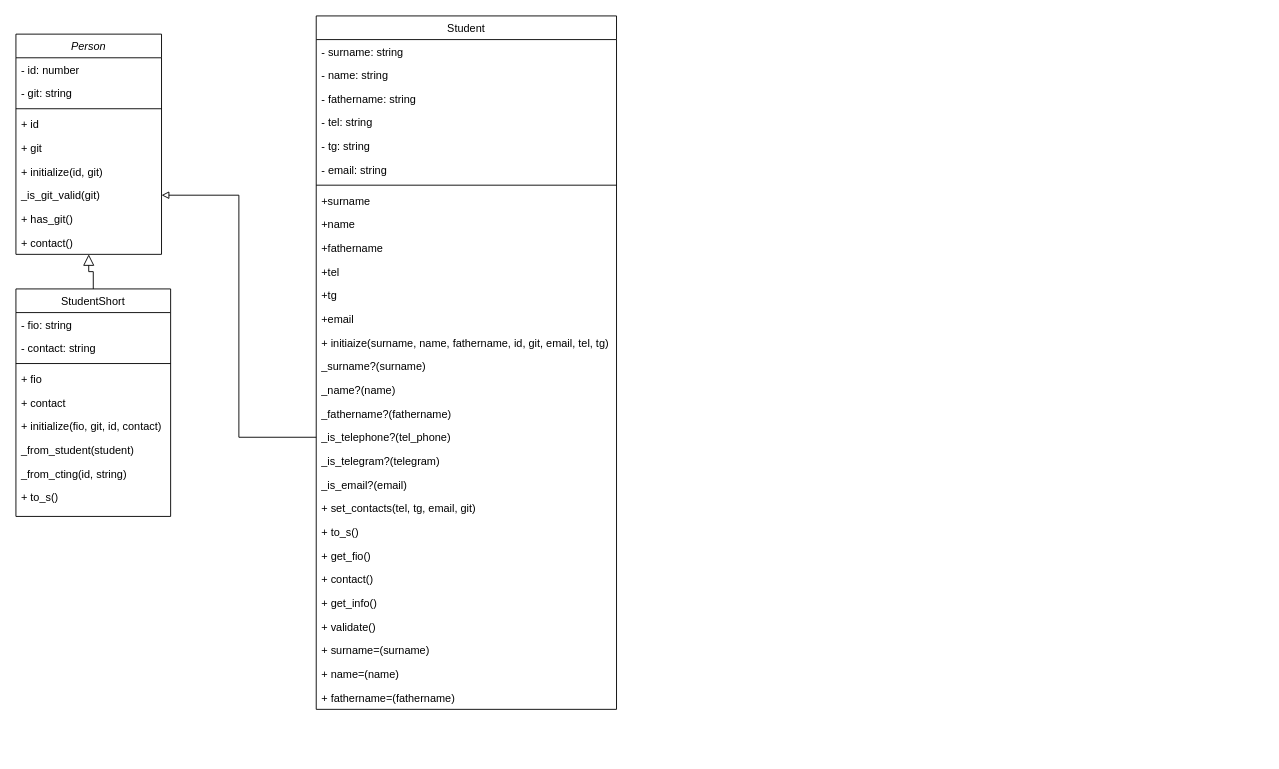
Above: Lab_Students/Class Diagram.drawio in lububuska/design_patterns (draw.io), before the change. Source tidied: cells renumbered, new cells numbered last; positions are measured from the earlier drawing's top-left corner, leaving out a move shared by most shapes. Both pictures are drawn from the tidied source at 91%, with x=0, y=0 at pixel (15, 15).
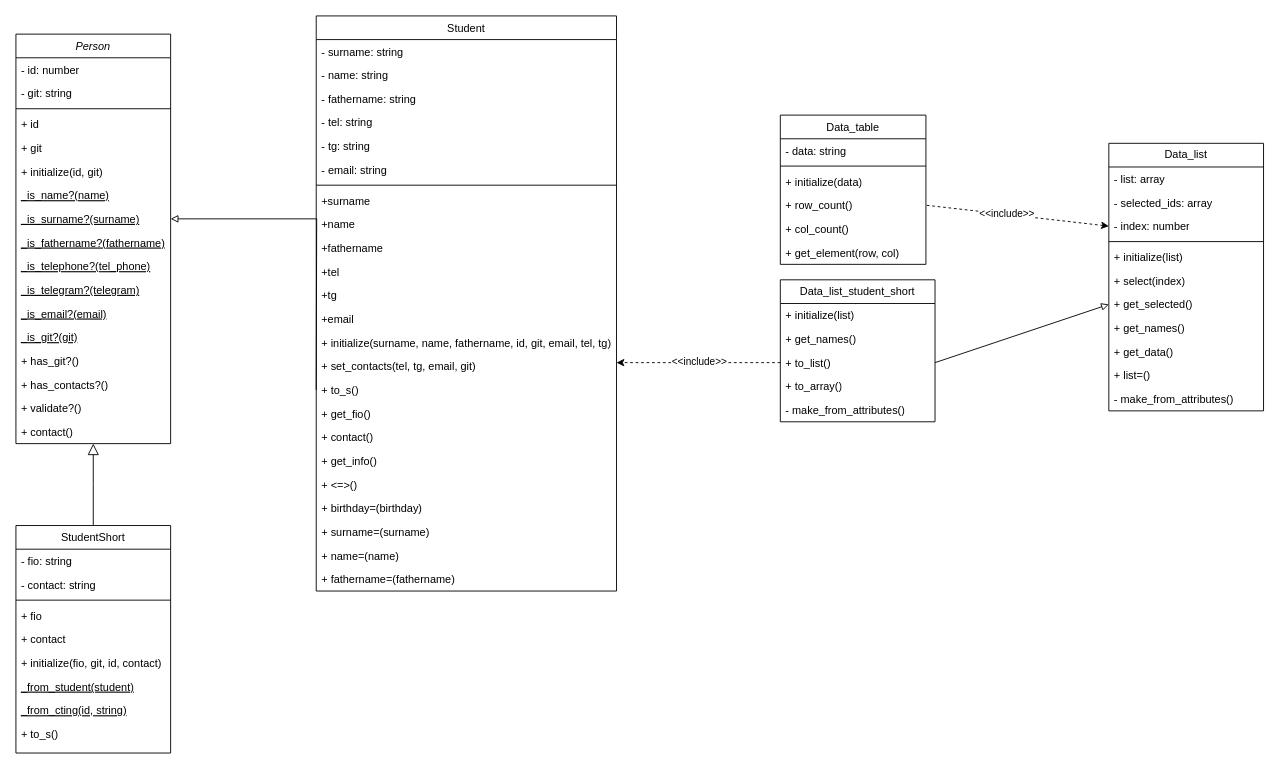
After the change.

Commit message (it also covers changes not shown here):
lab 4 task 4.1.10 modify class diagram

Change to the diagram source:
```diff
@@
     <mxCell id="2" value="Person" style="swimlane;fontStyle=2;align=center;verticalAlign=top;horizontal=1;startSize=26;rounded=0;shadow=0;strokeWidth=1;" parent="1" vertex="1">
-      <mxGeometry y="20" width="160" height="242" as="geometry" />
+      <mxGeometry y="20" width="170" height="450" as="geometry" />
     </mxCell>
     <mxCell id="3" value="- id: number&#10;" style="text;align=left;verticalAlign=top;spacingLeft=4;spacingRight=4;overflow=hidden;" parent="2" vertex="1">
-      <mxGeometry y="26" width="160" height="26" as="geometry" />
+      <mxGeometry y="26" width="170" height="26" as="geometry" />
     </mxCell>
     <mxCell id="4" value="- git: string" style="text;align=left;verticalAlign=top;spacingLeft=4;spacingRight=4;overflow=hidden;rounded=0;shadow=0;html=0;" parent="2" vertex="1">
-      <mxGeometry y="52" width="160" height="26" as="geometry" />
+      <mxGeometry y="52" width="170" height="26" as="geometry" />
     </mxCell>
     <mxCell id="5" style="line;html=1;strokeWidth=1;align=left;verticalAlign=middle;spacingTop=-1;spacingLeft=3;spacingRight=3;labelPosition=right;" parent="2" vertex="1">
-      <mxGeometry y="78" width="160" height="8" as="geometry" />
+      <mxGeometry y="78" width="170" height="8" as="geometry" />
     </mxCell>
     <mxCell id="6" value="+ id" style="text;align=left;verticalAlign=top;spacingLeft=4;spacingRight=4;overflow=hidden;" parent="2" vertex="1">
-      <mxGeometry y="86" width="160" height="26" as="geometry" />
+      <mxGeometry y="86" width="170" height="26" as="geometry" />
     </mxCell>
     <mxCell id="7" value="+ git" style="text;align=left;verticalAlign=top;spacingLeft=4;spacingRight=4;overflow=hidden;" parent="2" vertex="1">
-      <mxGeometry y="112" width="160" height="26" as="geometry" />
+      <mxGeometry y="112" width="170" height="26" as="geometry" />
     </mxCell>
     <mxCell id="8" value="+ initialize(id, git)" style="text;align=left;verticalAlign=top;spacingLeft=4;spacingRight=4;overflow=hidden;" parent="2" vertex="1">
-      <mxGeometry y="138" width="160" height="26" as="geometry" />
+      <mxGeometry y="138" width="170" height="26" as="geometry" />
     </mxCell>
+    <mxCell id="54" value="_is_name?(name)" style="text;align=left;verticalAlign=top;spacingLeft=4;spacingRight=4;overflow=hidden;fontStyle=4;" parent="2" vertex="1">
+      <mxGeometry y="164" width="170" height="26" as="geometry" />
+    </mxCell>
-    <mxCell id="9" value="_is_git_valid(git)" style="text;align=left;verticalAlign=top;spacingLeft=4;spacingRight=4;overflow=hidden;points=[[0,0.5],[1,0.5]];portConstraint=eastwest;" parent="2" vertex="1">
-      <mxGeometry y="164" width="160" height="26" as="geometry" />
+    <mxCell id="9" value="_is_surname?(surname)" style="text;align=left;verticalAlign=top;spacingLeft=4;spacingRight=4;overflow=hidden;points=[[0,0.5],[1,0.5]];portConstraint=eastwest;fontStyle=4;" parent="2" vertex="1">
+      <mxGeometry y="190" width="170" height="26" as="geometry" />
     </mxCell>
+    <mxCell id="55" value="_is_fathername?(fathername)" style="text;align=left;verticalAlign=top;spacingLeft=4;spacingRight=4;overflow=hidden;fontStyle=4;" parent="2" vertex="1">
+      <mxGeometry y="216" width="170" height="26" as="geometry" />
+    </mxCell>
+    <mxCell id="41" value="_is_telephone?(tel_phone)" style="text;align=left;verticalAlign=top;spacingLeft=4;spacingRight=4;overflow=hidden;points=[[0,0.5],[1,0.5]];portConstraint=eastwest;fontStyle=4;" parent="2" vertex="1">
+      <mxGeometry y="242" width="170" height="26" as="geometry" />
+    </mxCell>
+    <mxCell id="42" value="_is_telegram?(telegram)" style="text;align=left;verticalAlign=top;spacingLeft=4;spacingRight=4;overflow=hidden;fontStyle=4;" parent="2" vertex="1">
+      <mxGeometry y="268" width="170" height="26" as="geometry" />
+    </mxCell>
+    <mxCell id="43" value="_is_email?(email)" style="text;align=left;verticalAlign=top;spacingLeft=4;spacingRight=4;overflow=hidden;fontStyle=4;" parent="2" vertex="1">
+      <mxGeometry y="294" width="170" height="26" as="geometry" />
+    </mxCell>
+    <mxCell id="56" value="_is_git?(git)" style="text;align=left;verticalAlign=top;spacingLeft=4;spacingRight=4;overflow=hidden;fontStyle=4;" parent="2" vertex="1">
+      <mxGeometry y="320" width="170" height="26" as="geometry" />
+    </mxCell>
-    <mxCell id="10" value="+ has_git()" style="text;align=left;verticalAlign=top;spacingLeft=4;spacingRight=4;overflow=hidden;" parent="2" vertex="1">
-      <mxGeometry y="190" width="160" height="26" as="geometry" />
+    <mxCell id="10" value="+ has_git?()" style="text;align=left;verticalAlign=top;spacingLeft=4;spacingRight=4;overflow=hidden;" parent="2" vertex="1">
+      <mxGeometry y="346" width="170" height="26" as="geometry" />
     </mxCell>
+    <mxCell id="57" value="+ has_contacts?()" style="text;align=left;verticalAlign=top;spacingLeft=4;spacingRight=4;overflow=hidden;" parent="2" vertex="1">
+      <mxGeometry y="372" width="170" height="26" as="geometry" />
+    </mxCell>
+    <mxCell id="58" value="+ validate?()" style="text;align=left;verticalAlign=top;spacingLeft=4;spacingRight=4;overflow=hidden;" parent="2" vertex="1">
+      <mxGeometry y="398" width="170" height="26" as="geometry" />
+    </mxCell>
     <mxCell id="11" value="+ contact()" style="text;align=left;verticalAlign=top;spacingLeft=4;spacingRight=4;overflow=hidden;" parent="2" vertex="1">
-      <mxGeometry y="216" width="160" height="26" as="geometry" />
+      <mxGeometry y="424" width="170" height="26" as="geometry" />
     </mxCell>
     <mxCell id="12" value="StudentShort" style="swimlane;fontStyle=0;align=center;verticalAlign=top;horizontal=1;startSize=26;rounded=0;shadow=0;strokeWidth=1;" parent="1" vertex="1">
-      <mxGeometry y="300" width="170" height="250" as="geometry" />
+      <mxGeometry y="560" width="170" height="250" as="geometry" />
     </mxCell>
@@
-    <mxCell id="19" value="_from_student(student)" style="text;align=left;verticalAlign=top;spacingLeft=4;spacingRight=4;overflow=hidden;" parent="12" vertex="1">
+    <mxCell id="19" value="_from_student(student)" style="text;align=left;verticalAlign=top;spacingLeft=4;spacingRight=4;overflow=hidden;fontStyle=4;" parent="12" vertex="1">
       <mxGeometry y="164" width="170" height="26" as="geometry" />
     </mxCell>
-    <mxCell id="20" value="_from_cting(id, string)" style="text;align=left;verticalAlign=top;spacingLeft=4;spacingRight=4;overflow=hidden;" parent="12" vertex="1">
+    <mxCell id="20" value="_from_cting(id, string)" style="text;align=left;verticalAlign=top;spacingLeft=4;spacingRight=4;overflow=hidden;fontStyle=4;" parent="12" vertex="1">
       <mxGeometry y="190" width="170" height="26" as="geometry" />
     </mxCell>
@@
     <mxCell id="23" value="Student" style="swimlane;fontStyle=0;align=center;verticalAlign=top;horizontal=1;startSize=26;rounded=0;shadow=0;strokeWidth=1;" parent="1" vertex="1">
-      <mxGeometry x="330" width="330" height="762" as="geometry" />
+      <mxGeometry x="330" width="330" height="632" as="geometry" />
     </mxCell>
@@
-    <mxCell id="37" value="+ initiaize(surname, name, fathername, id, git, email, tel, tg)" style="text;align=left;verticalAlign=top;spacingLeft=4;spacingRight=4;overflow=hidden;" parent="23" vertex="1">
+    <mxCell id="37" value="+ initialize(surname, name, fathername, id, git, email, tel, tg)" style="text;align=left;verticalAlign=top;spacingLeft=4;spacingRight=4;overflow=hidden;" parent="23" vertex="1">
       <mxGeometry y="346" width="330" height="26" as="geometry" />
     </mxCell>
-    <mxCell id="38" value="_surname?(surname)" style="text;align=left;verticalAlign=top;spacingLeft=4;spacingRight=4;overflow=hidden;" parent="23" vertex="1">
-      <mxGeometry y="372" width="330" height="26" as="geometry" />
-    </mxCell>
-    <mxCell id="39" value="_name?(name)" style="text;align=left;verticalAlign=top;spacingLeft=4;spacingRight=4;overflow=hidden;" parent="23" vertex="1">
-      <mxGeometry y="398" width="330" height="26" as="geometry" />
-    </mxCell>
-    <mxCell id="40" value="_fathername?(fathername)" style="text;align=left;verticalAlign=top;spacingLeft=4;spacingRight=4;overflow=hidden;" parent="23" vertex="1">
-      <mxGeometry y="424" width="330" height="26" as="geometry" />
-    </mxCell>
-    <mxCell id="41" value="_is_telephone?(tel_phone)" style="text;align=left;verticalAlign=top;spacingLeft=4;spacingRight=4;overflow=hidden;points=[[0,0.5],[1,0.5]];portConstraint=eastwest;" parent="23" vertex="1">
-      <mxGeometry y="450" width="330" height="26" as="geometry" />
-    </mxCell>
-    <mxCell id="42" value="_is_telegram?(telegram)" style="text;align=left;verticalAlign=top;spacingLeft=4;spacingRight=4;overflow=hidden;" parent="23" vertex="1">
-      <mxGeometry y="476" width="330" height="26" as="geometry" />
-    </mxCell>
-    <mxCell id="43" value="_is_email?(email)" style="text;align=left;verticalAlign=top;spacingLeft=4;spacingRight=4;overflow=hidden;" parent="23" vertex="1">
-      <mxGeometry y="502" width="330" height="26" as="geometry" />
-    </mxCell>
     <mxCell id="44" value="+ set_contacts(tel, tg, email, git)" style="text;align=left;verticalAlign=top;spacingLeft=4;spacingRight=4;overflow=hidden;" parent="23" vertex="1">
-      <mxGeometry y="528" width="330" height="26" as="geometry" />
+      <mxGeometry y="372" width="330" height="26" as="geometry" />
     </mxCell>
     <mxCell id="45" value="+ to_s()" style="text;align=left;verticalAlign=top;spacingLeft=4;spacingRight=4;overflow=hidden;" parent="23" vertex="1">
-      <mxGeometry y="554" width="330" height="26" as="geometry" />
+      <mxGeometry y="398" width="330" height="26" as="geometry" />
     </mxCell>
     <mxCell id="46" value="+ get_fio()" style="text;align=left;verticalAlign=top;spacingLeft=4;spacingRight=4;overflow=hidden;" parent="23" vertex="1">
-      <mxGeometry y="580" width="330" height="26" as="geometry" />
+      <mxGeometry y="424" width="330" height="26" as="geometry" />
     </mxCell>
     <mxCell id="47" value="+ contact()" style="text;align=left;verticalAlign=top;spacingLeft=4;spacingRight=4;overflow=hidden;" parent="23" vertex="1">
-      <mxGeometry y="606" width="330" height="26" as="geometry" />
+      <mxGeometry y="450" width="330" height="26" as="geometry" />
     </mxCell>
     <mxCell id="48" value="+ get_info()" style="text;align=left;verticalAlign=top;spacingLeft=4;spacingRight=4;overflow=hidden;" parent="23" vertex="1">
-      <mxGeometry y="632" width="330" height="26" as="geometry" />
+      <mxGeometry y="476" width="330" height="26" as="geometry" />
     </mxCell>
-    <mxCell id="49" value="+ validate()" style="text;align=left;verticalAlign=top;spacingLeft=4;spacingRight=4;overflow=hidden;" parent="23" vertex="1">
-      <mxGeometry y="658" width="330" height="26" as="geometry" />
-    </mxCell>
+    <mxCell id="59" value="+ &lt;=&gt;()" style="text;align=left;verticalAlign=top;spacingLeft=4;spacingRight=4;overflow=hidden;" parent="23" vertex="1">
+      <mxGeometry y="502" width="330" height="26" as="geometry" />
+    </mxCell>
+    <mxCell id="60" value="+ birthday=(birthday)" style="text;align=left;verticalAlign=top;spacingLeft=4;spacingRight=4;overflow=hidden;" parent="23" vertex="1">
+      <mxGeometry y="528" width="330" height="26" as="geometry" />
+    </mxCell>
     <mxCell id="50" value="+ surname=(surname)" style="text;align=left;verticalAlign=top;spacingLeft=4;spacingRight=4;overflow=hidden;" parent="23" vertex="1">
-      <mxGeometry y="684" width="330" height="26" as="geometry" />
+      <mxGeometry y="554" width="330" height="26" as="geometry" />
     </mxCell>
     <mxCell id="51" value="+ name=(name)" style="text;align=left;verticalAlign=top;spacingLeft=4;spacingRight=4;overflow=hidden;" parent="23" vertex="1">
-      <mxGeometry y="710" width="330" height="26" as="geometry" />
+      <mxGeometry y="580" width="330" height="26" as="geometry" />
     </mxCell>
     <mxCell id="52" value="+ fathername=(fathername)" style="text;align=left;verticalAlign=top;spacingLeft=4;spacingRight=4;overflow=hidden;" parent="23" vertex="1">
-      <mxGeometry y="736" width="330" height="26" as="geometry" />
+      <mxGeometry y="606" width="330" height="26" as="geometry" />
     </mxCell>
-    <mxCell id="53" style="edgeStyle=orthogonalEdgeStyle;rounded=0;jettySize=auto;html=1;endArrow=block;endFill=0;" parent="1" edge="1" source="41" target="9">
-      <mxGeometry relative="1" as="geometry" />
+    <mxCell id="53" style="edgeStyle=orthogonalEdgeStyle;rounded=0;jettySize=auto;html=1;endArrow=block;endFill=0;" parent="1" edge="1" target="9">
+      <mxGeometry relative="1" as="geometry">
+        <mxPoint x="330" y="411" as="sourcePoint" />
+      </mxGeometry>
     </mxCell>
+    <mxCell id="61" value="Data_list_student_short" style="swimlane;fontStyle=0;horizontal=1;startSize=26;fillColor=none;whiteSpace=wrap;html=1;" parent="1" vertex="1">
+      <mxGeometry x="840" y="290" width="170" height="156" as="geometry" />
+    </mxCell>
+    <mxCell id="62" value="+ initialize(list)" style="text;strokeColor=none;fillColor=none;align=left;verticalAlign=top;spacingLeft=4;spacingRight=4;overflow=hidden;whiteSpace=wrap;html=1;" parent="61" vertex="1">
+      <mxGeometry y="26" width="170" height="26" as="geometry" />
+    </mxCell>
+    <mxCell id="63" value="+ get_names()" style="text;strokeColor=none;fillColor=none;align=left;verticalAlign=top;spacingLeft=4;spacingRight=4;overflow=hidden;whiteSpace=wrap;html=1;" parent="61" vertex="1">
+      <mxGeometry y="52" width="170" height="26" as="geometry" />
+    </mxCell>
+    <mxCell id="64" value="+ to_list()" style="text;strokeColor=none;fillColor=none;align=left;verticalAlign=top;spacingLeft=4;spacingRight=4;overflow=hidden;points=[[0,0.5],[1,0.5]];portConstraint=eastwest;whiteSpace=wrap;html=1;" parent="61" vertex="1">
+      <mxGeometry y="78" width="170" height="26" as="geometry" />
+    </mxCell>
+    <mxCell id="65" value="+ to_array()" style="text;strokeColor=none;fillColor=none;align=left;verticalAlign=top;spacingLeft=4;spacingRight=4;overflow=hidden;whiteSpace=wrap;html=1;" parent="61" vertex="1">
+      <mxGeometry y="104" width="170" height="26" as="geometry" />
+    </mxCell>
+    <mxCell id="66" value="- make_from_attributes()" style="text;strokeColor=none;fillColor=none;align=left;verticalAlign=top;spacingLeft=4;spacingRight=4;overflow=hidden;whiteSpace=wrap;html=1;" parent="61" vertex="1">
+      <mxGeometry y="130" width="170" height="26" as="geometry" />
+    </mxCell>
+    <mxCell id="67" style="rounded=0;jettySize=auto;html=1;exitX=0;exitY=0.5;exitDx=0;exitDy=0;dashed=1;endArrow=classic;endFill=1;" parent="1" edge="1" source="64">
+      <mxGeometry relative="1" as="geometry">
+        <mxPoint x="660" y="381" as="targetPoint" />
+      </mxGeometry>
+    </mxCell>
+    <mxCell id="68" value="&amp;lt;&amp;lt;include&amp;gt;&amp;gt;" style="edgeLabel;html=1;align=center;verticalAlign=middle;" parent="67" vertex="1">
+      <mxGeometry x="0.16" y="-3" relative="1" as="geometry">
+        <mxPoint x="14" y="1" as="offset" />
+      </mxGeometry>
+    </mxCell>
+    <mxCell id="69" value="Data_list" style="swimlane;fontStyle=0;horizontal=1;startSize=26;fillColor=none;whiteSpace=wrap;html=1;" parent="1" vertex="1">
+      <mxGeometry x="1201" y="140" width="170" height="294" as="geometry" />
+    </mxCell>
+    <mxCell id="70" value="- list: array" style="text;strokeColor=none;fillColor=none;align=left;verticalAlign=top;spacingLeft=4;spacingRight=4;overflow=hidden;whiteSpace=wrap;html=1;" parent="69" vertex="1">
+      <mxGeometry y="26" width="170" height="26" as="geometry" />
+    </mxCell>
+    <mxCell id="71" value="- selected_ids: array" style="text;strokeColor=none;fillColor=none;align=left;verticalAlign=top;spacingLeft=4;spacingRight=4;overflow=hidden;whiteSpace=wrap;html=1;" parent="69" vertex="1">
+      <mxGeometry y="52" width="170" height="26" as="geometry" />
+    </mxCell>
+    <mxCell id="72" value="- index: number" style="text;strokeColor=none;fillColor=none;align=left;verticalAlign=top;spacingLeft=4;spacingRight=4;overflow=hidden;points=[[0,0.5],[1,0.5]];portConstraint=eastwest;whiteSpace=wrap;html=1;" parent="69" vertex="1">
+      <mxGeometry y="78" width="170" height="26" as="geometry" />
+    </mxCell>
+    <mxCell id="73" style="line;strokeWidth=1;fillColor=none;align=left;verticalAlign=middle;spacingTop=-1;spacingLeft=3;spacingRight=3;labelPosition=right;strokeColor=inherit;" parent="69" vertex="1">
+      <mxGeometry y="104" width="170" height="8" as="geometry" />
+    </mxCell>
+    <mxCell id="74" value="+ initialize(list)" style="text;strokeColor=none;fillColor=none;align=left;verticalAlign=top;spacingLeft=4;spacingRight=4;overflow=hidden;whiteSpace=wrap;html=1;" parent="69" vertex="1">
+      <mxGeometry y="112" width="170" height="26" as="geometry" />
+    </mxCell>
+    <mxCell id="75" value="+ select(index)" style="text;strokeColor=none;fillColor=none;align=left;verticalAlign=top;spacingLeft=4;spacingRight=4;overflow=hidden;whiteSpace=wrap;html=1;" parent="69" vertex="1">
+      <mxGeometry y="138" width="170" height="26" as="geometry" />
+    </mxCell>
+    <mxCell id="76" value="+ get_selected()" style="text;strokeColor=none;fillColor=none;align=left;verticalAlign=top;spacingLeft=4;spacingRight=4;overflow=hidden;points=[[0,0.5],[1,0.5]];portConstraint=eastwest;whiteSpace=wrap;html=1;" parent="69" vertex="1">
+      <mxGeometry y="164" width="170" height="26" as="geometry" />
+    </mxCell>
+    <mxCell id="77" value="+ get_names()" style="text;strokeColor=none;fillColor=none;align=left;verticalAlign=top;spacingLeft=4;spacingRight=4;overflow=hidden;whiteSpace=wrap;html=1;" parent="69" vertex="1">
+      <mxGeometry y="190" width="170" height="26" as="geometry" />
+    </mxCell>
+    <mxCell id="78" value="+ get_data()" style="text;strokeColor=none;fillColor=none;align=left;verticalAlign=top;spacingLeft=4;spacingRight=4;overflow=hidden;whiteSpace=wrap;html=1;" parent="69" vertex="1">
+      <mxGeometry y="216" width="170" height="26" as="geometry" />
+    </mxCell>
+    <mxCell id="79" value="+ list=()" style="text;strokeColor=none;fillColor=none;align=left;verticalAlign=top;spacingLeft=4;spacingRight=4;overflow=hidden;whiteSpace=wrap;html=1;" parent="69" vertex="1">
+      <mxGeometry y="242" width="170" height="26" as="geometry" />
+    </mxCell>
+    <mxCell id="80" value="- make_from_attributes()" style="text;strokeColor=none;fillColor=none;align=left;verticalAlign=top;spacingLeft=4;spacingRight=4;overflow=hidden;whiteSpace=wrap;html=1;" parent="69" vertex="1">
+      <mxGeometry y="268" width="170" height="26" as="geometry" />
+    </mxCell>
+    <mxCell id="81" style="rounded=0;jettySize=auto;html=1;exitX=1;exitY=0.5;exitDx=0;exitDy=0;entryX=0;entryY=0.5;entryDx=0;entryDy=0;endArrow=block;endFill=0;" parent="1" edge="1" source="64" target="76">
+      <mxGeometry relative="1" as="geometry" />
+    </mxCell>
+    <mxCell id="82" value="&lt;span style=&quot;font-weight: normal;&quot;&gt;Data_table&lt;/span&gt;" style="swimlane;fontStyle=1;align=center;verticalAlign=top;horizontal=1;startSize=26;whiteSpace=wrap;html=1;" parent="1" vertex="1">
+      <mxGeometry x="840" y="109" width="160" height="164" as="geometry" />
+    </mxCell>
+    <mxCell id="83" value="- data: string" style="text;strokeColor=none;fillColor=none;align=left;verticalAlign=top;spacingLeft=4;spacingRight=4;overflow=hidden;whiteSpace=wrap;html=1;" parent="82" vertex="1">
+      <mxGeometry y="26" width="160" height="26" as="geometry" />
+    </mxCell>
+    <mxCell id="84" style="line;strokeWidth=1;fillColor=none;align=left;verticalAlign=middle;spacingTop=-1;spacingLeft=3;spacingRight=3;labelPosition=right;strokeColor=inherit;" parent="82" vertex="1">
+      <mxGeometry y="52" width="160" height="8" as="geometry" />
+    </mxCell>
+    <mxCell id="85" value="+ initialize(data)" style="text;strokeColor=none;fillColor=none;align=left;verticalAlign=top;spacingLeft=4;spacingRight=4;overflow=hidden;whiteSpace=wrap;html=1;" parent="82" vertex="1">
+      <mxGeometry y="60" width="160" height="26" as="geometry" />
+    </mxCell>
+    <mxCell id="86" value="+ row_count()" style="text;strokeColor=none;fillColor=none;align=left;verticalAlign=top;spacingLeft=4;spacingRight=4;overflow=hidden;points=[[0,0.5],[1,0.5]];portConstraint=eastwest;whiteSpace=wrap;html=1;" parent="82" vertex="1">
+      <mxGeometry y="86" width="160" height="26" as="geometry" />
+    </mxCell>
+    <mxCell id="87" value="+ col_count()" style="text;strokeColor=none;fillColor=none;align=left;verticalAlign=top;spacingLeft=4;spacingRight=4;overflow=hidden;whiteSpace=wrap;html=1;" parent="82" vertex="1">
+      <mxGeometry y="112" width="160" height="26" as="geometry" />
+    </mxCell>
+    <mxCell id="88" value="+ get_element(row, col)" style="text;strokeColor=none;fillColor=none;align=left;verticalAlign=top;spacingLeft=4;spacingRight=4;overflow=hidden;whiteSpace=wrap;html=1;" parent="82" vertex="1">
+      <mxGeometry y="138" width="160" height="26" as="geometry" />
+    </mxCell>
+    <mxCell id="89" style="rounded=0;jettySize=auto;html=1;exitX=0;exitY=0.5;exitDx=0;exitDy=0;entryX=1;entryY=0.5;entryDx=0;entryDy=0;endArrow=none;endFill=0;startArrow=classic;startFill=1;dashed=1;" parent="1" edge="1" source="72" target="86">
+      <mxGeometry relative="1" as="geometry" />
+    </mxCell>
+    <mxCell id="90" value="&amp;lt;&amp;lt;include&amp;gt;&amp;gt;" style="edgeLabel;html=1;align=center;verticalAlign=middle;" parent="89" vertex="1">
+      <mxGeometry x="0.11" y="-1" relative="1" as="geometry">
+        <mxPoint x="-1" as="offset" />
+      </mxGeometry>
+    </mxCell>
```
